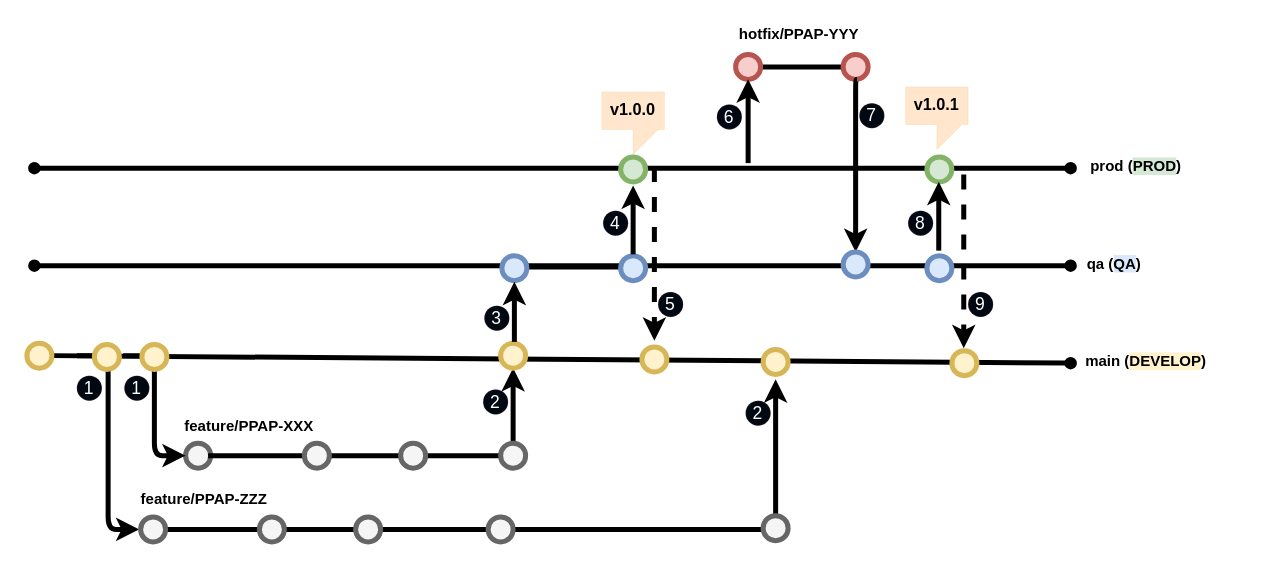
Above: GitFlow2.drawio in anil-gudipati/drawio (draw.io), before the change. Source tidied: cells renumbered, new cells numbered last; positions are measured from the earlier drawing's top-left corner, leaving out a move shared by most shapes. Both pictures are drawn from the tidied source at 125%, with x=0, y=0 at pixel (26, 21).
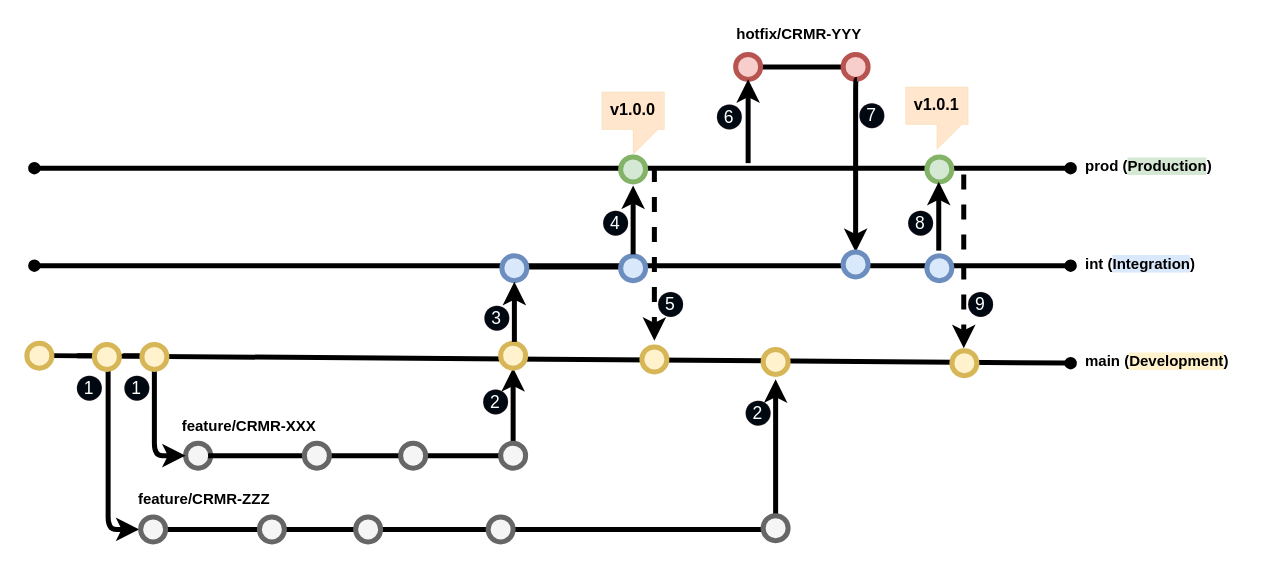
The same page after the edit.

The edit, as a diff of the source:
```diff
@@
-    <mxCell id="21" value="feature/PPAP-XXX" style="text;html=1;strokeColor=none;fillColor=none;align=center;verticalAlign=middle;whiteSpace=wrap;rounded=0;shadow=0;labelBackgroundColor=none;fontStyle=1;" parent="1" vertex="1">
+    <mxCell id="21" value="feature/CRMR-XXX" style="text;html=1;strokeColor=none;fillColor=none;align=center;verticalAlign=middle;whiteSpace=wrap;rounded=0;shadow=0;labelBackgroundColor=none;fontStyle=1;" parent="1" vertex="1">
       <mxGeometry x="118" y="314" width="120" height="20" as="geometry" />
     </mxCell>
-    <mxCell id="22" value="feature/PPAP-ZZZ" style="text;html=1;strokeColor=none;fillColor=none;align=center;verticalAlign=middle;whiteSpace=wrap;rounded=0;shadow=0;labelBackgroundColor=none;fontStyle=1;" parent="1" vertex="1">
+    <mxCell id="22" value="feature/CRMR-ZZZ" style="text;html=1;strokeColor=none;fillColor=none;align=center;verticalAlign=middle;whiteSpace=wrap;rounded=0;shadow=0;labelBackgroundColor=none;fontStyle=1;" parent="1" vertex="1">
       <mxGeometry x="82" y="372" width="120" height="20" as="geometry" />
     </mxCell>
@@
-    <mxCell id="40" value="main (&lt;span style=&quot;background-color: rgb(255 , 242 , 204)&quot;&gt;DEVELOP&lt;/span&gt;)" style="text;html=1;strokeColor=none;fillColor=none;align=center;verticalAlign=middle;whiteSpace=wrap;rounded=0;shadow=0;labelBackgroundColor=none;fontStyle=1;" parent="1" vertex="1">
-      <mxGeometry x="826" y="262" width="139" height="20" as="geometry" />
+    <mxCell id="40" value="main (&lt;span style=&quot;background-color: rgb(255 , 242 , 204)&quot;&gt;Development&lt;/span&gt;)" style="text;html=1;strokeColor=none;fillColor=none;align=left;verticalAlign=middle;whiteSpace=wrap;rounded=0;shadow=0;labelBackgroundColor=none;fontStyle=1;" parent="1" vertex="1">
+      <mxGeometry x="845" y="262" width="130" height="20" as="geometry" />
     </mxCell>
-    <mxCell id="41" value="prod (&lt;span style=&quot;background-color: rgb(213 , 232 , 212)&quot;&gt;PROD&lt;/span&gt;)" style="text;html=1;strokeColor=none;fillColor=none;align=center;verticalAlign=middle;whiteSpace=wrap;rounded=0;shadow=0;labelBackgroundColor=none;fontStyle=1;" parent="1" vertex="1">
-      <mxGeometry x="830" y="106" width="115" height="20" as="geometry" />
+    <mxCell id="41" value="prod (&lt;span style=&quot;background-color: rgb(213 , 232 , 212)&quot;&gt;Production&lt;/span&gt;)" style="text;html=1;strokeColor=none;fillColor=none;align=left;verticalAlign=middle;whiteSpace=wrap;rounded=0;shadow=0;labelBackgroundColor=none;fontStyle=1;" parent="1" vertex="1">
+      <mxGeometry x="845" y="106" width="120" height="20" as="geometry" />
     </mxCell>
-    <mxCell id="42" value="hotfix/PPAP-YYY" style="text;html=1;strokeColor=none;fillColor=none;align=center;verticalAlign=middle;whiteSpace=wrap;rounded=0;shadow=0;labelBackgroundColor=none;fontStyle=1;" parent="1" vertex="1">
+    <mxCell id="42" value="hotfix/CRMR-YYY" style="text;html=1;strokeColor=none;fillColor=none;align=center;verticalAlign=middle;whiteSpace=wrap;rounded=0;shadow=0;labelBackgroundColor=none;fontStyle=1;" parent="1" vertex="1">
       <mxGeometry x="563" width="110" height="20" as="geometry" />
     </mxCell>
@@
-    <mxCell id="53" value="qa (&lt;span style=&quot;background-color: rgb(218 , 232 , 252)&quot;&gt;QA&lt;/span&gt;)" style="text;html=1;strokeColor=none;fillColor=none;align=center;verticalAlign=middle;whiteSpace=wrap;rounded=0;shadow=0;labelBackgroundColor=none;fontStyle=1;" parent="1" vertex="1">
-      <mxGeometry x="825" y="184" width="90" height="20" as="geometry" />
+    <mxCell id="53" value="int (&lt;span style=&quot;background-color: rgb(218 , 232 , 252)&quot;&gt;Integration&lt;/span&gt;)" style="text;html=1;strokeColor=none;fillColor=none;align=left;verticalAlign=middle;whiteSpace=wrap;rounded=0;shadow=0;labelBackgroundColor=none;fontStyle=1;" parent="1" vertex="1">
+      <mxGeometry x="845" y="184" width="100" height="20" as="geometry" />
     </mxCell>
```
